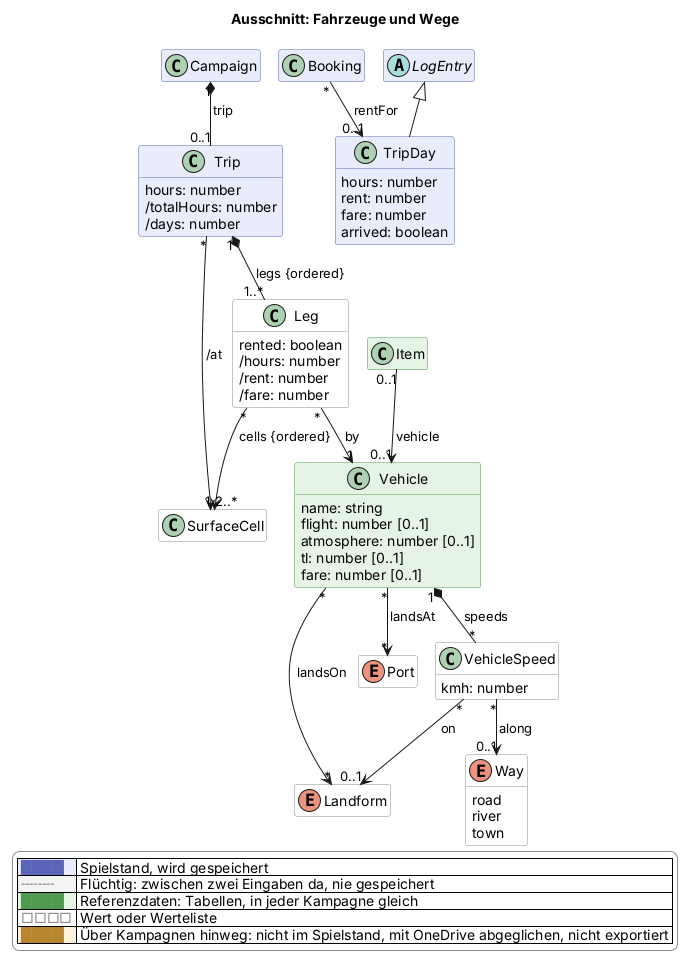
scuzzar/SRE keeps this PlantUML diagram as docs/views/logistik.png. Above is the earlier version.
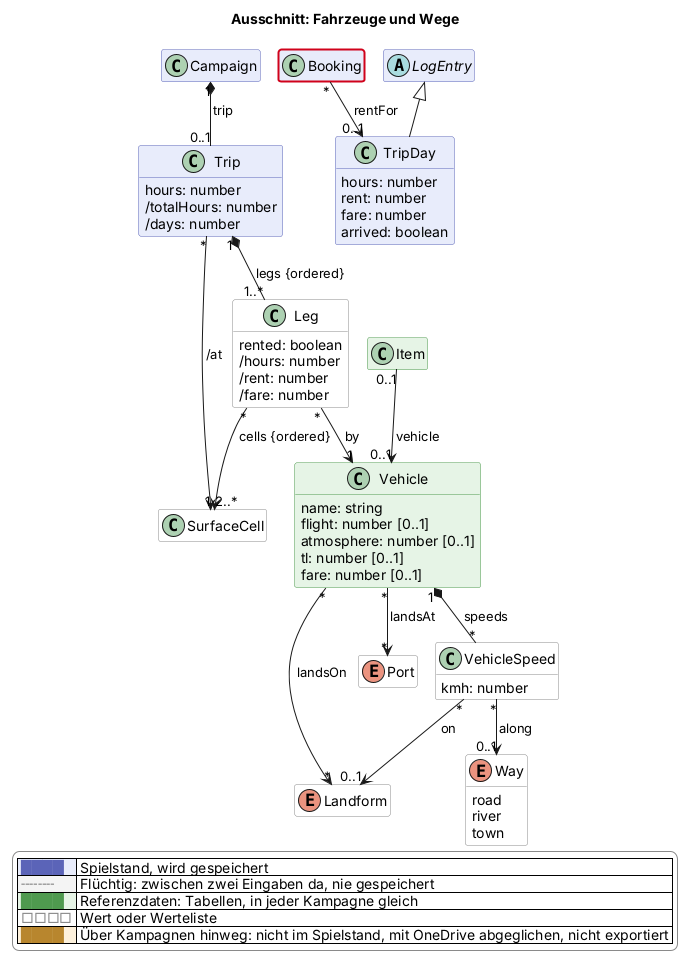
After the change.

Diff of the diagram source:
```diff
@@ -150,4 +150,5 @@
   |<#ffffff> <color:#8a8a8a>□□□□</color> | Wert oder Werteliste |
   |<#fdf1dc> <color:#b8862e>████</color> | Über Kampagnen hinweg: nicht im Spielstand, mit OneDrive abgeglichen, nicht exportiert |
 endlegend
+class Booking #line:d0021b;line.bold
 @enduml
```
